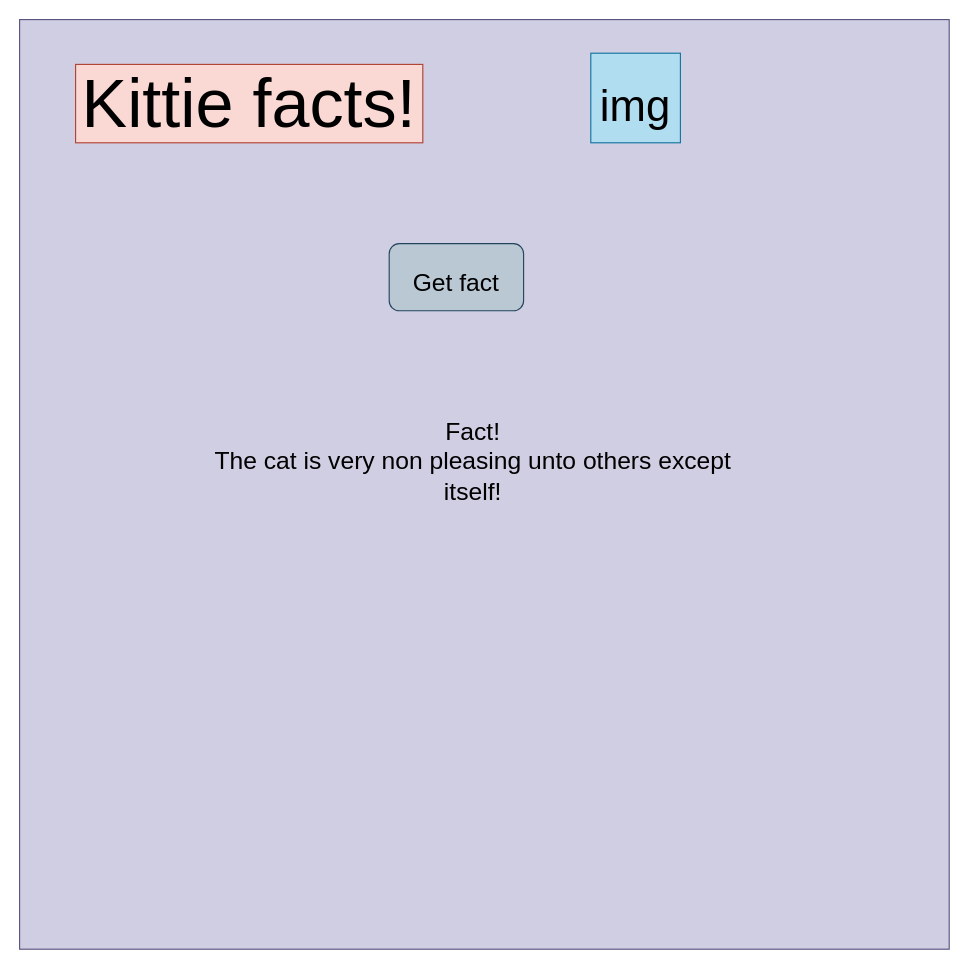
Before: catFactsWireframe.drawio in ellis8555/cat-facts, a draw.io diagram. Source tidied: cells renumbered, new cells numbered last; positions are measured from the earlier drawing's top-left corner, leaving out a move shared by most shapes. Both pictures are drawn from the tidied source at 112%, with x=0, y=0 at pixel (19, 19).
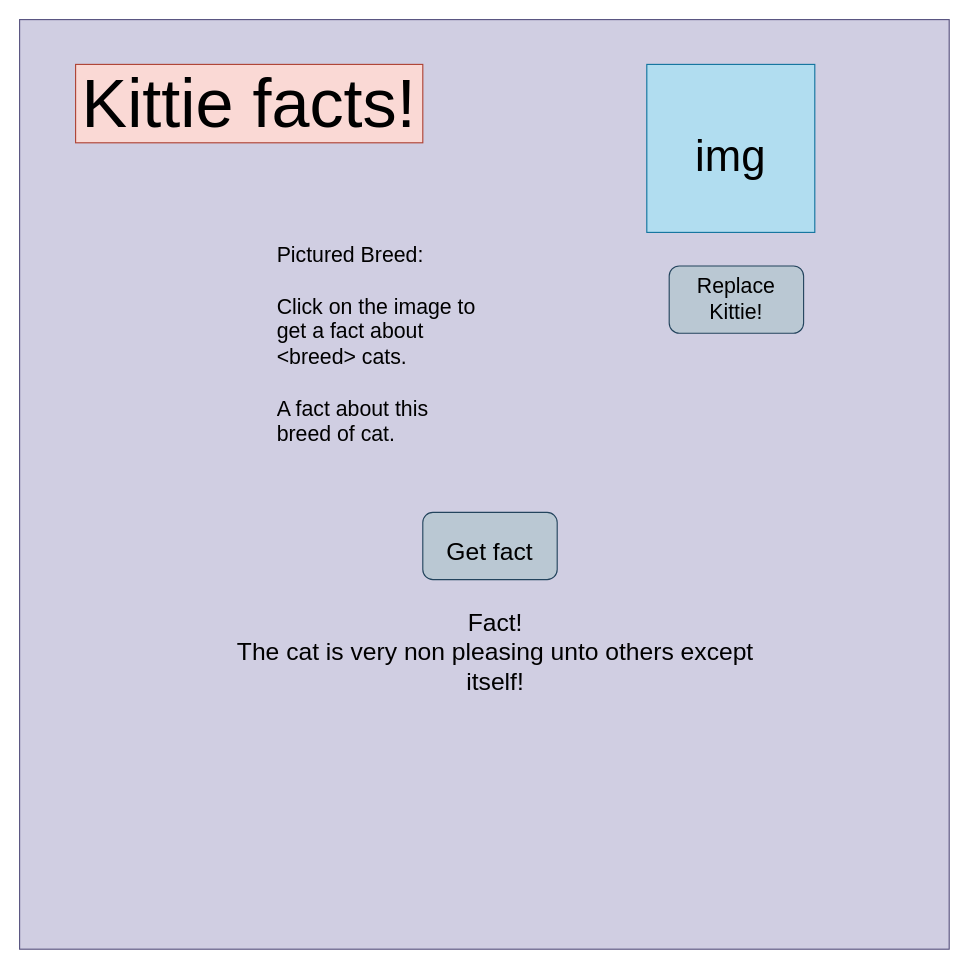
Above is the later version.

Diff of the diagram source:
```diff
@@
 <mxGraphModel>
   <root>
     <mxCell id="0" />
     <mxCell id="1" parent="0" />
-    <mxCell id="2" style="whiteSpace=wrap;html=1;fillColor=#d0cee2;strokeColor=#56517e;" parent="1" vertex="1">
+    <mxCell id="2" style="whiteSpace=wrap;html=1;fillColor=#d0cee2;strokeColor=#56517e;fontSize=17;" parent="1" vertex="1">
       <mxGeometry width="830" height="830" as="geometry" />
     </mxCell>
     <mxCell id="3" value="&lt;font style=&quot;font-size: 61px;&quot;&gt;Kittie facts!&lt;/font&gt;" style="text;html=1;align=center;verticalAlign=middle;whiteSpace=wrap;rounded=0;fillColor=#fad9d5;strokeColor=#ae4132;" parent="1" vertex="1">
       <mxGeometry x="50" y="40" width="310" height="70" as="geometry" />
     </mxCell>
     <mxCell id="4" value="&lt;font style=&quot;font-size: 39px;&quot;&gt;img&lt;/font&gt;" style="whiteSpace=wrap;html=1;fontSize=61;fillColor=#b1ddf0;strokeColor=#10739e;" parent="1" vertex="1">
-      <mxGeometry x="510" y="30" width="80" height="80" as="geometry" />
+      <mxGeometry x="560" y="40" width="150" height="150" as="geometry" />
     </mxCell>
     <mxCell id="5" value="&lt;font style=&quot;font-size: 22px;&quot;&gt;Get fact&lt;/font&gt;" style="rounded=1;whiteSpace=wrap;html=1;fontSize=39;fillColor=#bac8d3;strokeColor=#23445d;" parent="1" vertex="1">
-      <mxGeometry x="330" y="200" width="120" height="60" as="geometry" />
+      <mxGeometry x="360" y="440" width="120" height="60" as="geometry" />
     </mxCell>
     <mxCell id="6" value="&lt;div&gt;Fact!&lt;br&gt;&lt;/div&gt;&lt;div&gt;The cat is very non pleasing unto others except itself!&lt;/div&gt;" style="text;html=1;strokeColor=none;fillColor=none;align=center;verticalAlign=middle;whiteSpace=wrap;rounded=0;fontSize=22;" parent="1" vertex="1">
-      <mxGeometry x="150" y="350" width="510" height="90" as="geometry" />
+      <mxGeometry x="170" y="520" width="510" height="90" as="geometry" />
     </mxCell>
+    <mxCell id="7" value="&lt;div style=&quot;font-size: 19px;&quot;&gt;Replace&lt;/div&gt;&lt;div style=&quot;font-size: 19px;&quot;&gt;Kittie!&lt;br style=&quot;font-size: 19px;&quot;&gt;&lt;/div&gt;" style="rounded=1;whiteSpace=wrap;html=1;fillColor=#bac8d3;strokeColor=#23445d;strokeWidth=1;fontSize=19;fontStyle=0;" parent="1" vertex="1">
+      <mxGeometry x="580" y="220" width="120" height="60" as="geometry" />
+    </mxCell>
+    <mxCell id="8" value="&lt;div&gt;Pictured Breed:&lt;/div&gt;&lt;div&gt;&lt;br&gt;&lt;/div&gt;&lt;div&gt;Click on the image to get a fact about &amp;lt;breed&amp;gt; cats.&lt;/div&gt;&lt;div&gt;&lt;br&gt;&lt;/div&gt;&lt;div&gt;A fact about this breed of cat.&lt;br&gt;&lt;/div&gt;" style="text;html=1;strokeColor=none;fillColor=none;spacing=5;spacingTop=-20;whiteSpace=wrap;overflow=hidden;rounded=0;strokeWidth=1;fontSize=19;" parent="1" vertex="1">
+      <mxGeometry x="225" y="210" width="190" height="190" as="geometry" />
+    </mxCell>
   </root>
 </mxGraphModel>
```
